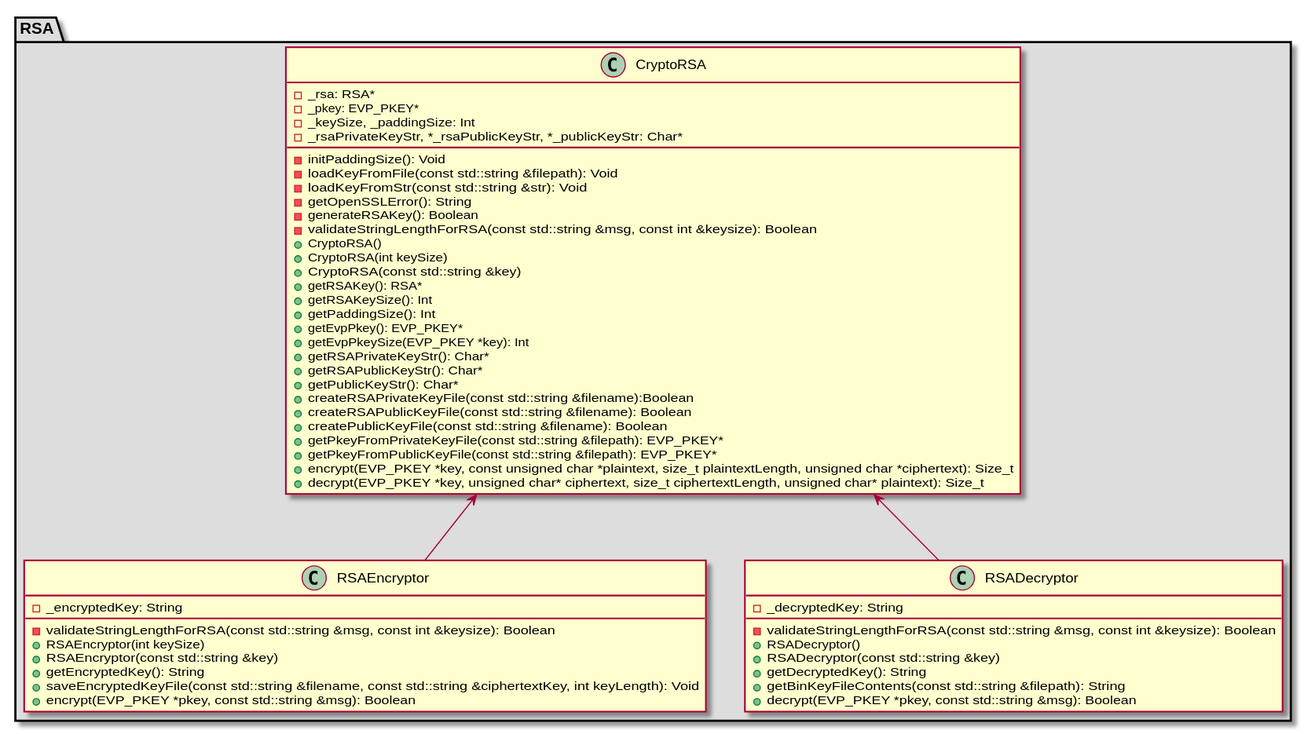
The PlantUML diagram architecture/class_diagrams/crypto/rsa.svg in bierschi/butterfly, before a commit. Source of this version:
```plantuml
@startuml
package RSA #DDDDDD {

class CryptoRSA {
    -_rsa: RSA*
    -_pkey: EVP_PKEY*
    -_keySize, _paddingSize: Int
    -_rsaPrivateKeyStr, *_rsaPublicKeyStr, *_publicKeyStr: Char*

    -initPaddingSize(): Void
    -loadKeyFromFile(const std::string &filepath): Void
    -loadKeyFromStr(const std::string &str): Void
    -getOpenSSLError(): String
    -generateRSAKey(): Boolean
    -validateStringLengthForRSA(const std::string &msg, const int &keysize): Boolean

    +CryptoRSA()
    +CryptoRSA(int keySize)
    +CryptoRSA(const std::string &key)
    +getRSAKey(): RSA*
    +getRSAKeySize(): Int
    +getPaddingSize(): Int
    +getEvpPkey(): EVP_PKEY*
    +getEvpPkeySize(EVP_PKEY *key): Int
    +getRSAPrivateKeyStr(): Char*
    +getRSAPublicKeyStr(): Char*
    +getPublicKeyStr(): Char*
    +createRSAPrivateKeyFile(const std::string &filename):Boolean
    +createRSAPublicKeyFile(const std::string &filename): Boolean
    +createPublicKeyFile(const std::string &filename): Boolean
    +getPkeyFromPrivateKeyFile(const std::string &filepath): EVP_PKEY*
    +getPkeyFromPublicKeyFile(const std::string &filepath): EVP_PKEY*
    +encrypt(EVP_PKEY *key, const unsigned char *plaintext, size_t plaintextLength, unsigned char *ciphertext): Size_t
    +decrypt(EVP_PKEY *key, unsigned char* ciphertext, size_t ciphertextLength, unsigned char* plaintext): Size_t
}

class RSAEncryptor {
    -_encryptedKey: String

    -validateStringLengthForRSA(const std::string &msg, const int &keysize): Boolean

    +RSAEncryptor(int keySize)
    +RSAEncryptor(const std::string &key)
    +getEncryptedKey(): String
    +saveEncryptedKeyFile(const std::string &filename, const std::string &ciphertextKey, int keyLength): Void
    +encrypt(EVP_PKEY *pkey, const std::string &msg): Boolean
}

class RSADecryptor {
    -_decryptedKey: String
    -validateStringLengthForRSA(const std::string &msg, const int &keysize): Boolean

    +RSADecryptor()
    +RSADecryptor(const std::string &key)
    +getDecryptedKey(): String
    +getBinKeyFileContents(const std::string &filepath): String
    +decrypt(EVP_PKEY *pkey, const std::string &msg): Boolean
}

CryptoRSA <-- RSAEncryptor
CryptoRSA <-- RSADecryptor

}
@enduml
```
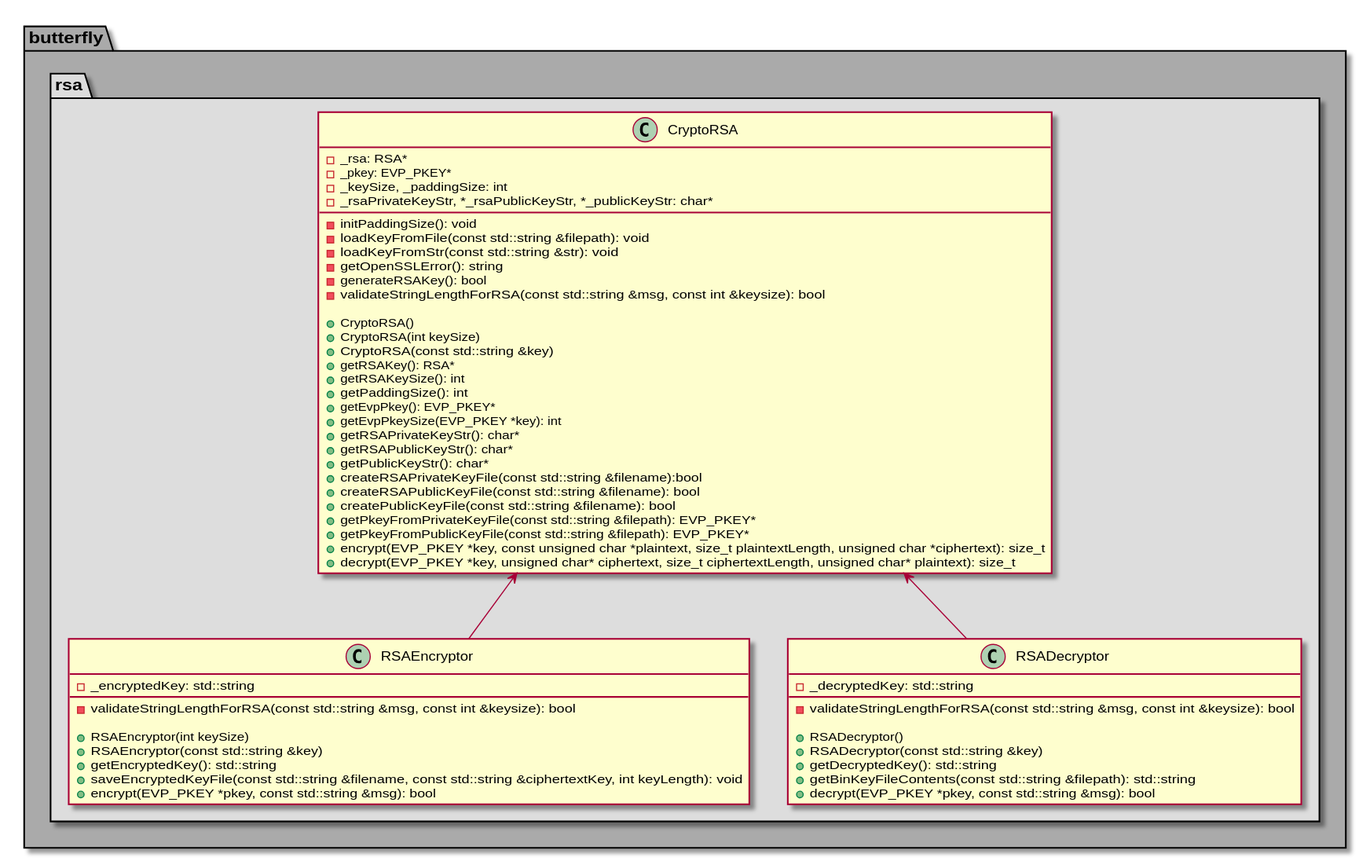
After the change.

The edit, as a diff of the source:
```diff
@@ -1,64 +1,73 @@
 @startuml
-package RSA #DDDDDD {
+package butterfly #AAAAAA
+{
 
-class CryptoRSA {
+package rsa #DDDDDD
+{
+
+class CryptoRSA
+{
     -_rsa: RSA*
     -_pkey: EVP_PKEY*
-    -_keySize, _paddingSize: Int
-    -_rsaPrivateKeyStr, *_rsaPublicKeyStr, *_publicKeyStr: Char*
+    -_keySize, _paddingSize: int
+    -_rsaPrivateKeyStr, *_rsaPublicKeyStr, *_publicKeyStr: char*
 
-    -initPaddingSize(): Void
-    -loadKeyFromFile(const std::string &filepath): Void
-    -loadKeyFromStr(const std::string &str): Void
-    -getOpenSSLError(): String
-    -generateRSAKey(): Boolean
-    -validateStringLengthForRSA(const std::string &msg, const int &keysize): Boolean
+    -initPaddingSize(): void
+    -loadKeyFromFile(const std::string &filepath): void
+    -loadKeyFromStr(const std::string &str): void
+    -getOpenSSLError(): string
+    -generateRSAKey(): bool
+    -validateStringLengthForRSA(const std::string &msg, const int &keysize): bool
 
     +CryptoRSA()
     +CryptoRSA(int keySize)
     +CryptoRSA(const std::string &key)
     +getRSAKey(): RSA*
-    +getRSAKeySize(): Int
-    +getPaddingSize(): Int
+    +getRSAKeySize(): int
+    +getPaddingSize(): int
     +getEvpPkey(): EVP_PKEY*
-    +getEvpPkeySize(EVP_PKEY *key): Int
-    +getRSAPrivateKeyStr(): Char*
-    +getRSAPublicKeyStr(): Char*
-    +getPublicKeyStr(): Char*
-    +createRSAPrivateKeyFile(const std::string &filename):Boolean
-    +createRSAPublicKeyFile(const std::string &filename): Boolean
-    +createPublicKeyFile(const std::string &filename): Boolean
+    +getEvpPkeySize(EVP_PKEY *key): int
+    +getRSAPrivateKeyStr(): char*
+    +getRSAPublicKeyStr(): char*
+    +getPublicKeyStr(): char*
+    +createRSAPrivateKeyFile(const std::string &filename):bool
+    +createRSAPublicKeyFile(const std::string &filename): bool
+    +createPublicKeyFile(const std::string &filename): bool
     +getPkeyFromPrivateKeyFile(const std::string &filepath): EVP_PKEY*
     +getPkeyFromPublicKeyFile(const std::string &filepath): EVP_PKEY*
-    +encrypt(EVP_PKEY *key, const unsigned char *plaintext, size_t plaintextLength, unsigned char *ciphertext): Size_t
-    +decrypt(EVP_PKEY *key, unsigned char* ciphertext, size_t ciphertextLength, unsigned char* plaintext): Size_t
+    +encrypt(EVP_PKEY *key, const unsigned char *plaintext, size_t plaintextLength, unsigned char *ciphertext): size_t
+    +decrypt(EVP_PKEY *key, unsigned char* ciphertext, size_t ciphertextLength, unsigned char* plaintext): size_t
 }
 
-class RSAEncryptor {
-    -_encryptedKey: String
+class RSAEncryptor
+{
+    -_encryptedKey: std::string
 
-    -validateStringLengthForRSA(const std::string &msg, const int &keysize): Boolean
+    -validateStringLengthForRSA(const std::string &msg, const int &keysize): bool
 
     +RSAEncryptor(int keySize)
     +RSAEncryptor(const std::string &key)
-    +getEncryptedKey(): String
-    +saveEncryptedKeyFile(const std::string &filename, const std::string &ciphertextKey, int keyLength): Void
-    +encrypt(EVP_PKEY *pkey, const std::string &msg): Boolean
+    +getEncryptedKey(): std::string
+    +saveEncryptedKeyFile(const std::string &filename, const std::string &ciphertextKey, int keyLength): void
+    +encrypt(EVP_PKEY *pkey, const std::string &msg): bool
 }
 
-class RSADecryptor {
-    -_decryptedKey: String
-    -validateStringLengthForRSA(const std::string &msg, const int &keysize): Boolean
+class RSADecryptor
+{
+    -_decryptedKey: std::string
+    -validateStringLengthForRSA(const std::string &msg, const int &keysize): bool
 
     +RSADecryptor()
     +RSADecryptor(const std::string &key)
-    +getDecryptedKey(): String
-    +getBinKeyFileContents(const std::string &filepath): String
-    +decrypt(EVP_PKEY *pkey, const std::string &msg): Boolean
+    +getDecryptedKey(): std::string
+    +getBinKeyFileContents(const std::string &filepath): std::string
+    +decrypt(EVP_PKEY *pkey, const std::string &msg): bool
 }
 
 CryptoRSA <-- RSAEncryptor
 CryptoRSA <-- RSADecryptor
 
 }
+
+}
 @enduml
```
